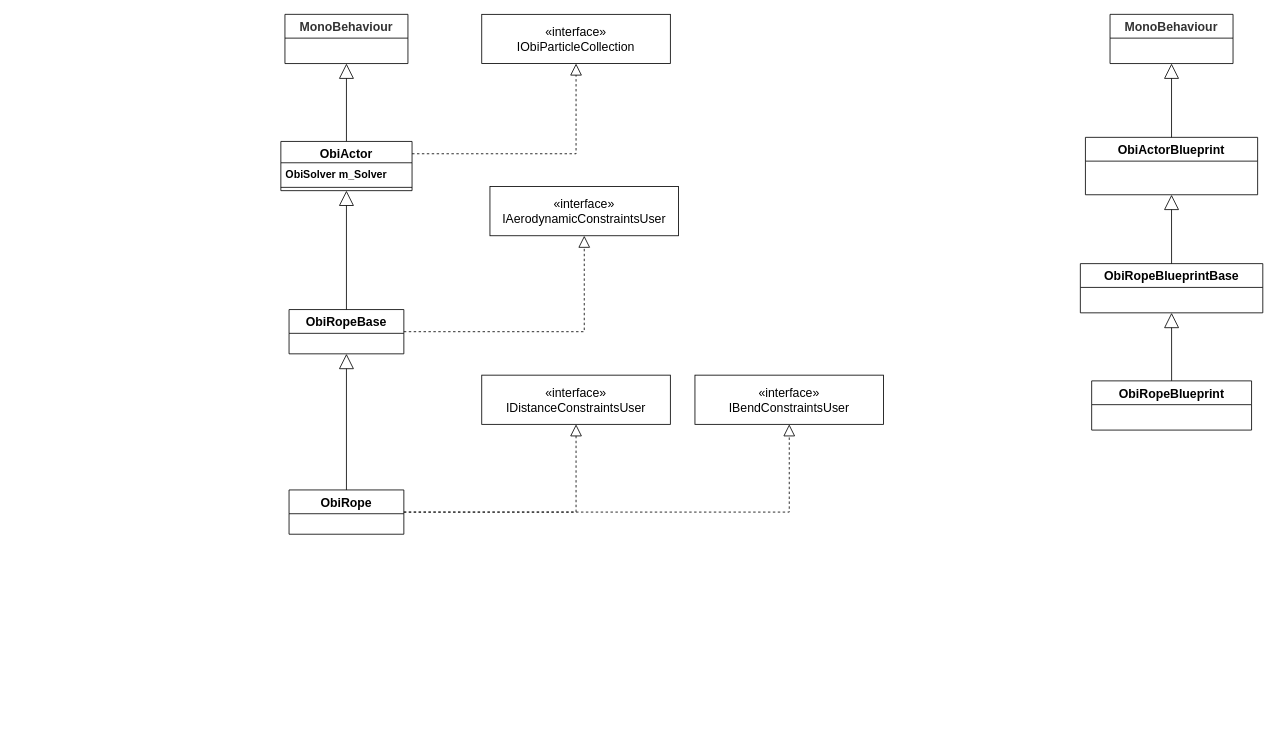
The draw.io diagram ObiRope.drawio in Allusteve/DrawioRepo, before the edit. Source tidied: cells renumbered, new cells numbered last; positions are measured from the earlier drawing's top-left corner, leaving out a move shared by most shapes. Both pictures are drawn from the tidied source at 82%, with x=0, y=0 at pixel (280, 14).
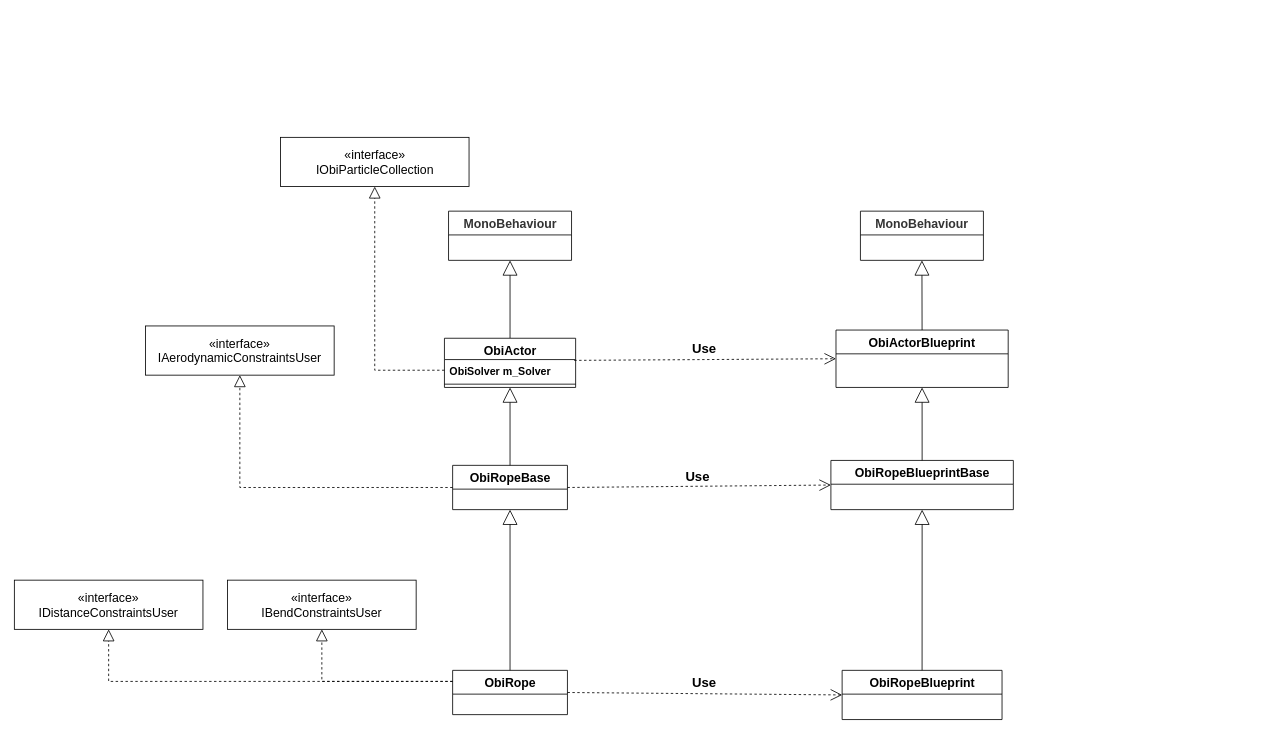
The same page after the edit.

The change refers to these unchanged cells:
```xml
<mxCell id="24" value="&lt;span style=&quot;text-align: center; text-wrap-mode: nowrap;&quot;&gt;&lt;b&gt;&lt;font style=&quot;font-size: 13px;&quot;&gt;ObiSolver m_Solver&lt;/font&gt;&lt;/b&gt;&lt;/span&gt;" style="text;strokeColor=none;fillColor=none;align=left;verticalAlign=top;spacingLeft=4;spacingRight=4;overflow=hidden;points=[[0,0.5],[1,0.5]];portConstraint=eastwest;whiteSpace=wrap;html=1;" parent="23" vertex="1">
  <mxGeometry y="26" width="160" height="26" as="geometry" />
</mxCell>
```

The edit, as a diff of the source:
```diff
@@
     <mxCell id="2" value="&lt;b&gt;&lt;font style=&quot;font-size: 15px;&quot;&gt;ObiRopeBase&lt;/font&gt;&lt;/b&gt;" style="swimlane;fontStyle=1;align=center;verticalAlign=middle;horizontal=1;startSize=29;html=1;whiteSpace=wrap;" parent="1" vertex="1">
-      <mxGeometry x="10" y="360" width="140" height="54" as="geometry" />
+      <mxGeometry x="209.5" y="550" width="140" height="54" as="geometry" />
     </mxCell>
     <mxCell id="3" value="&lt;b&gt;&lt;font style=&quot;font-size: 15px;&quot;&gt;ObiRope&lt;/font&gt;&lt;/b&gt;" style="swimlane;fontStyle=1;align=center;verticalAlign=middle;horizontal=1;startSize=29;html=1;whiteSpace=wrap;" parent="1" vertex="1">
-      <mxGeometry x="10" y="580" width="140" height="54" as="geometry" />
+      <mxGeometry x="209.5" y="800" width="140" height="54" as="geometry" />
     </mxCell>
@@
     <mxCell id="6" value="&lt;b&gt;&lt;font style=&quot;font-size: 15px;&quot;&gt;ObiActorBlueprint&lt;/font&gt;&lt;/b&gt;" style="swimlane;fontStyle=1;align=center;verticalAlign=middle;horizontal=1;startSize=29;html=1;whiteSpace=wrap;" parent="1" vertex="1">
-      <mxGeometry x="981.2" y="150" width="210" height="70" as="geometry" />
+      <mxGeometry x="677" y="385" width="210" height="70" as="geometry" />
     </mxCell>
     <mxCell id="7" value="&lt;b&gt;&lt;font style=&quot;font-size: 15px;&quot;&gt;ObiRopeBlueprintBase&lt;/font&gt;&lt;/b&gt;" style="swimlane;fontStyle=1;align=center;verticalAlign=middle;horizontal=1;startSize=29;html=1;whiteSpace=wrap;" parent="1" vertex="1">
-      <mxGeometry x="975" y="304" width="222.5" height="60" as="geometry" />
+      <mxGeometry x="670.8" y="544" width="222.5" height="60" as="geometry" />
     </mxCell>
     <mxCell id="8" value="&lt;b&gt;&lt;font style=&quot;font-size: 15px;&quot;&gt;ObiRopeBlueprint&lt;/font&gt;&lt;/b&gt;" style="swimlane;fontStyle=1;align=center;verticalAlign=middle;horizontal=1;startSize=29;html=1;whiteSpace=wrap;" parent="1" vertex="1">
-      <mxGeometry x="988.8" y="447" width="195" height="60" as="geometry" />
+      <mxGeometry x="684.5" y="800" width="195" height="60" as="geometry" />
     </mxCell>
@@
     <mxCell id="11" value="&lt;font style=&quot;font-size: 15px;&quot;&gt;«interface»&lt;br&gt;IObiParticleCollection&lt;/font&gt;" style="html=1;whiteSpace=wrap;" parent="1" vertex="1">
-      <mxGeometry x="245" width="230" height="60" as="geometry" />
+      <mxGeometry x="-0.5" y="150" width="230" height="60" as="geometry" />
     </mxCell>
     <mxCell id="12" value="&lt;span style=&quot;color: rgb(51, 51, 51); font-family: Arial, sans-serif; text-align: start; background-color: rgb(255, 255, 255);&quot;&gt;&lt;font style=&quot;font-size: 15px;&quot;&gt;MonoBehaviour&lt;/font&gt;&lt;/span&gt;" style="swimlane;fontStyle=1;align=center;verticalAlign=middle;horizontal=1;startSize=29;html=1;whiteSpace=wrap;" parent="1" vertex="1">
-      <mxGeometry x="5" width="150" height="60" as="geometry" />
+      <mxGeometry x="204.5" y="240" width="150" height="60" as="geometry" />
     </mxCell>
@@
     <mxCell id="14" value="&lt;span style=&quot;color: rgb(51, 51, 51); font-family: Arial, sans-serif; text-align: start; background-color: rgb(255, 255, 255);&quot;&gt;&lt;font style=&quot;font-size: 15px;&quot;&gt;MonoBehaviour&lt;/font&gt;&lt;/span&gt;" style="swimlane;fontStyle=1;align=center;verticalAlign=middle;horizontal=1;startSize=29;html=1;whiteSpace=wrap;" parent="1" vertex="1">
-      <mxGeometry x="1011.2" width="150" height="60" as="geometry" />
+      <mxGeometry x="706.8" y="240" width="150" height="60" as="geometry" />
     </mxCell>
@@
-    <mxCell id="16" style="endArrow=block;dashed=1;endFill=0;endSize=12;html=1;rounded=0;entryX=0.5;entryY=1;entryDx=0;entryDy=0;exitX=1;exitY=0.25;exitDx=0;exitDy=0;edgeStyle=orthogonalEdgeStyle;" parent="1" edge="1" source="23" target="11">
+    <mxCell id="16" style="endArrow=block;dashed=1;endFill=0;endSize=12;html=1;rounded=0;entryX=0.5;entryY=1;entryDx=0;entryDy=0;exitX=0;exitY=0.5;exitDx=0;exitDy=0;edgeStyle=orthogonalEdgeStyle;" parent="1" edge="1" source="24" target="11">
       <mxGeometry relative="1" as="geometry" />
     </mxCell>
     <mxCell id="17" value="&lt;font style=&quot;font-size: 15px;&quot;&gt;«interface»&lt;br&gt;IAerodynamicConstraintsUser&lt;/font&gt;" style="html=1;whiteSpace=wrap;" parent="1" vertex="1">
-      <mxGeometry x="255" y="210" width="230" height="60" as="geometry" />
+      <mxGeometry x="-165" y="380" width="230" height="60" as="geometry" />
     </mxCell>
-    <mxCell id="18" style="endArrow=block;dashed=1;endFill=0;endSize=12;html=1;rounded=0;entryX=0.5;entryY=1;entryDx=0;entryDy=0;exitX=1;exitY=0.5;exitDx=0;exitDy=0;edgeStyle=orthogonalEdgeStyle;" parent="1" edge="1" source="2" target="17">
+    <mxCell id="18" style="endArrow=block;dashed=1;endFill=0;endSize=12;html=1;rounded=0;entryX=0.5;entryY=1;entryDx=0;entryDy=0;exitX=0;exitY=0.5;exitDx=0;exitDy=0;edgeStyle=orthogonalEdgeStyle;" parent="1" edge="1" source="2" target="17">
       <mxGeometry relative="1" as="geometry" />
     </mxCell>
     <mxCell id="19" value="&lt;font style=&quot;font-size: 15px;&quot;&gt;«interface»&lt;br&gt;IDistanceConstraintsUser&lt;/font&gt;" style="html=1;whiteSpace=wrap;" parent="1" vertex="1">
-      <mxGeometry x="245" y="440" width="230" height="60" as="geometry" />
+      <mxGeometry x="-325" y="690" width="230" height="60" as="geometry" />
     </mxCell>
     <mxCell id="20" value="&lt;font style=&quot;font-size: 15px;&quot;&gt;«interface»&lt;br&gt;IBendConstraintsUser&lt;/font&gt;" style="html=1;whiteSpace=wrap;" parent="1" vertex="1">
-      <mxGeometry x="505" y="440" width="230" height="60" as="geometry" />
+      <mxGeometry x="-65" y="690" width="230" height="60" as="geometry" />
     </mxCell>
-    <mxCell id="21" style="endArrow=block;dashed=1;endFill=0;endSize=12;html=1;rounded=0;entryX=0.5;entryY=1;entryDx=0;entryDy=0;exitX=1;exitY=0.5;exitDx=0;exitDy=0;edgeStyle=orthogonalEdgeStyle;" parent="1" edge="1" source="3" target="19">
+    <mxCell id="21" style="endArrow=block;dashed=1;endFill=0;endSize=12;html=1;rounded=0;entryX=0.5;entryY=1;entryDx=0;entryDy=0;exitX=0;exitY=0.25;exitDx=0;exitDy=0;edgeStyle=orthogonalEdgeStyle;" parent="1" edge="1" source="3" target="19">
       <mxGeometry relative="1" as="geometry" />
     </mxCell>
-    <mxCell id="22" style="endArrow=block;dashed=1;endFill=0;endSize=12;html=1;rounded=0;entryX=0.5;entryY=1;entryDx=0;entryDy=0;exitX=1;exitY=0.5;exitDx=0;exitDy=0;edgeStyle=orthogonalEdgeStyle;" parent="1" edge="1" source="3" target="20">
+    <mxCell id="22" style="endArrow=block;dashed=1;endFill=0;endSize=12;html=1;rounded=0;entryX=0.5;entryY=1;entryDx=0;entryDy=0;exitX=0;exitY=0.25;exitDx=0;exitDy=0;edgeStyle=orthogonalEdgeStyle;" parent="1" edge="1" source="3" target="20">
       <mxGeometry relative="1" as="geometry" />
     </mxCell>
     <mxCell id="23" value="&lt;b&gt;&lt;font style=&quot;font-size: 15px;&quot;&gt;ObiActor&lt;/font&gt;&lt;/b&gt;" style="swimlane;fontStyle=1;align=center;verticalAlign=top;horizontal=1;startSize=26;whiteSpace=wrap;html=1;" parent="1" vertex="1">
-      <mxGeometry y="155" width="160" height="60" as="geometry" />
+      <mxGeometry x="199.5" y="395" width="160" height="60" as="geometry" />
     </mxCell>
@@
+    <mxCell id="26" value="&lt;font style=&quot;font-size: 16px;&quot;&gt;&lt;b&gt;Use&lt;/b&gt;&lt;/font&gt;" style="endArrow=open;endSize=12;dashed=1;html=1;rounded=0;entryX=0;entryY=0.5;entryDx=0;entryDy=0;exitX=0.989;exitY=0.038;exitDx=0;exitDy=0;exitPerimeter=0;" parent="1" edge="1" source="24" target="6">
+      <mxGeometry x="-0.01" y="13" relative="1" as="geometry" />
+    </mxCell>
+    <mxCell id="27" value="&lt;font style=&quot;font-size: 16px;&quot;&gt;&lt;b&gt;Use&lt;/b&gt;&lt;/font&gt;" style="endArrow=open;endSize=12;dashed=1;html=1;rounded=0;entryX=0;entryY=0.5;entryDx=0;entryDy=0;exitX=1;exitY=0.5;exitDx=0;exitDy=0;" parent="1" edge="1" source="2" target="7">
+      <mxGeometry x="-0.01" y="13" relative="1" as="geometry" />
+    </mxCell>
+    <mxCell id="28" value="&lt;font style=&quot;font-size: 16px;&quot;&gt;&lt;b&gt;Use&lt;/b&gt;&lt;/font&gt;" style="endArrow=open;endSize=12;dashed=1;html=1;rounded=0;entryX=0;entryY=0.5;entryDx=0;entryDy=0;exitX=1;exitY=0.5;exitDx=0;exitDy=0;" parent="1" edge="1" source="3" target="8">
+      <mxGeometry x="-0.01" y="13" relative="1" as="geometry" />
+    </mxCell>
```
